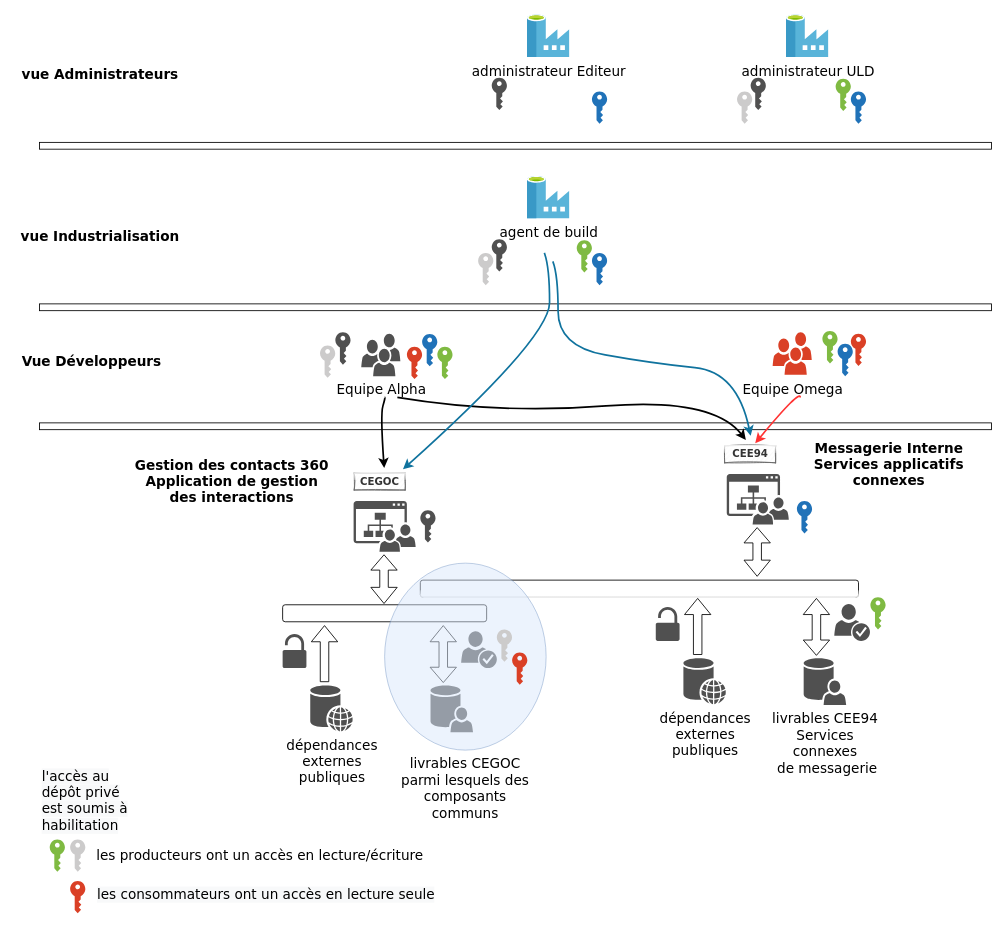
Before: page "cia_arti_uld" (2 of 2) of cia_artifactory_diagram.drawio in jmrablat/diagrams, a draw.io diagram. Source tidied: cells renumbered, new cells numbered last; positions are measured from the earlier drawing's top-left corner, leaving out a move shared by most shapes. Both pictures are drawn from the tidied source at 85%, with x=0, y=0 at pixel (14, 14).
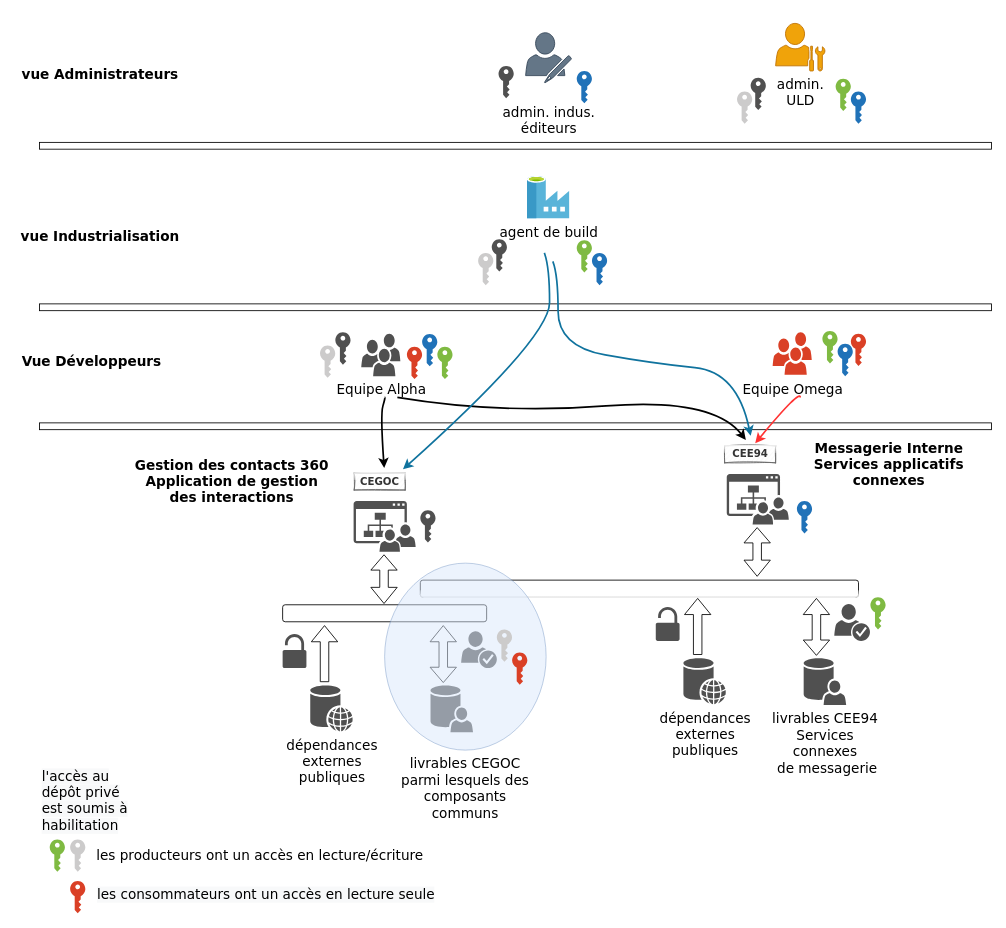
The same diagram, later.

Commit message:
ajout icone admins

Change to the diagram source:
```diff
@@
-    <mxCell id="61" value="administrateur Editeur" style="html=1;align=center;image;fontSize=16;image=img/lib/mscae/Data_Factory.svg;rounded=0;shadow=0;glass=1;sketch=0;fillColor=none;gradientColor=none;fontFamily=Verdana;" parent="1" vertex="1">
-      <mxGeometry x="602.9" width="50" height="50" as="geometry" />
-    </mxCell>
     <mxCell id="62" style="shadow=0;dashed=0;html=1;strokeColor=none;labelPosition=center;verticalLabelPosition=bottom;verticalAlign=top;align=center;shape=mxgraph.office.security.key_permissions;fillColor=#2072B8;rounded=0;glass=1;sketch=0;fontFamily=Verdana;fontSize=21;fontColor=#000000;" parent="1" vertex="1">
-      <mxGeometry x="678.9" y="90" width="17.9" height="38" as="geometry" />
+      <mxGeometry x="661" y="66" width="17.9" height="38" as="geometry" />
     </mxCell>
     <mxCell id="63" style="shadow=0;dashed=0;html=1;strokeColor=none;fillColor=#505050;labelPosition=center;verticalLabelPosition=bottom;verticalAlign=top;align=center;shape=mxgraph.office.security.key_permissions;rounded=0;glass=1;sketch=0;fontFamily=Verdana;fontSize=21;fontColor=#000000;" parent="1" vertex="1">
-      <mxGeometry x="561" y="74" width="17.9" height="38" as="geometry" />
+      <mxGeometry x="569" y="60" width="17.9" height="38" as="geometry" />
     </mxCell>
@@
-    <mxCell id="66" value="administrateur ULD" style="html=1;align=center;image;fontSize=16;image=img/lib/mscae/Data_Factory.svg;rounded=0;shadow=0;glass=1;sketch=0;fillColor=none;gradientColor=none;fontFamily=Verdana;" parent="1" vertex="1">
-      <mxGeometry x="907.6" width="50" height="50" as="geometry" />
-    </mxCell>
@@
+    <mxCell id="71" value="&lt;font color=&quot;#000000&quot;&gt;admin. &lt;br&gt;ULD&lt;/font&gt;" style="shadow=0;dashed=0;html=1;strokeColor=#BD7000;fillColor=#f0a30a;labelPosition=center;verticalLabelPosition=bottom;verticalAlign=top;align=center;shape=mxgraph.office.users.administrator;fontFamily=Verdana;fontSize=16;fontColor=#ffffff;" parent="1" vertex="1">
+      <mxGeometry x="895" y="10" width="58" height="56" as="geometry" />
+    </mxCell>
+    <mxCell id="72" value="&lt;font color=&quot;#000000&quot;&gt;&lt;br&gt;admin. indus.&lt;br&gt;éditeurs&lt;/font&gt;" style="shadow=0;dashed=0;html=1;strokeColor=#314354;fillColor=#647687;labelPosition=center;verticalLabelPosition=bottom;verticalAlign=top;align=center;shape=mxgraph.office.users.writer;fontFamily=Verdana;fontSize=16;fontColor=#ffffff;" parent="1" vertex="1">
+      <mxGeometry x="600.9" y="21" width="54" height="59" as="geometry" />
+    </mxCell>
```
